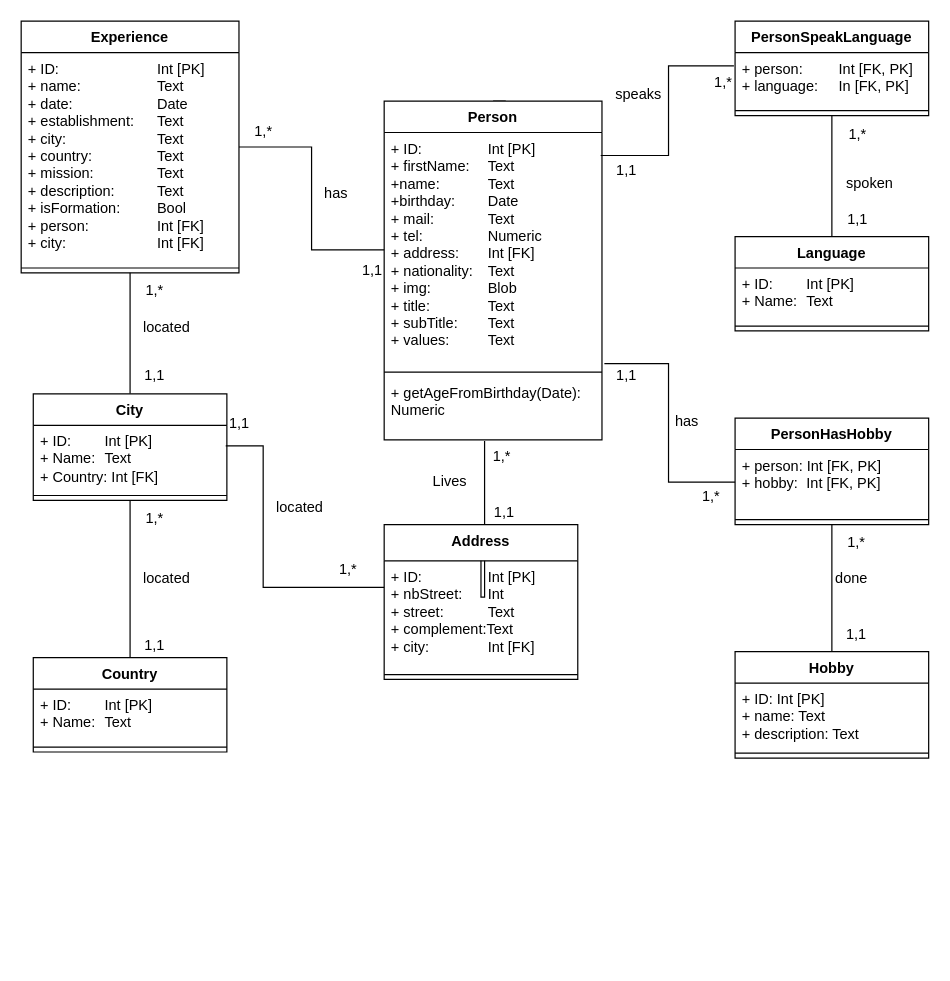
The draw.io diagram CVDB.drawio in Will2KB/CVAPI, before the edit. Source tidied: cells renumbered, new cells numbered last; positions are measured from the earlier drawing's top-left corner, leaving out a move shared by most shapes. Both pictures are drawn from the tidied source at 121%, with x=0, y=0 at pixel (21, 21).
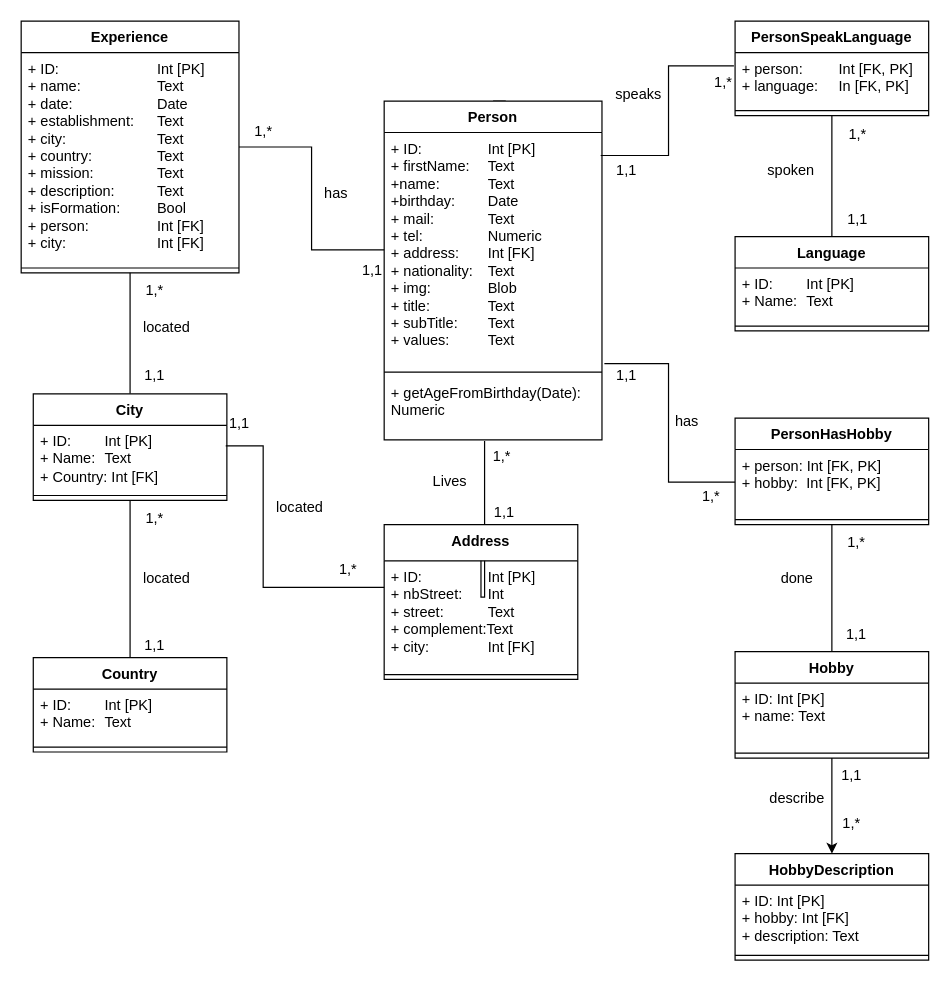
After the change.

Commit message:
Add table hobby description

Unchanged cells that the change refers to:
```xml
<mxCell id="17" value="Hobby" style="swimlane;fontStyle=1;align=center;verticalAlign=top;horizontal=1;startSize=26;whiteSpace=wrap;html=1;" parent="1" vertex="1">
  <mxGeometry x="590" y="521" width="160" height="88" as="geometry" />
</mxCell>
```

What changed in the source:
```diff
@@
+    <mxCell id="67" style="edgeStyle=orthogonalEdgeStyle;rounded=0;jettySize=auto;html=1;entryX=0.5;entryY=0;entryDx=0;entryDy=0;" parent="1" edge="1" source="17" target="68">
+      <mxGeometry relative="1" as="geometry" />
+    </mxCell>
@@
-    <mxCell id="18" value="+ ID: Int [PK]&lt;div&gt;+ name: Text&lt;/div&gt;&lt;div&gt;+ description: Text&lt;/div&gt;" style="text;strokeColor=none;fillColor=none;align=left;verticalAlign=top;spacingLeft=4;spacingRight=4;overflow=hidden;whiteSpace=wrap;html=1;" parent="17" vertex="1">
+    <mxCell id="18" value="+ ID: Int [PK]&lt;div&gt;+ name: Text&lt;/div&gt;" style="text;strokeColor=none;fillColor=none;align=left;verticalAlign=top;spacingLeft=4;spacingRight=4;overflow=hidden;whiteSpace=wrap;html=1;" parent="17" vertex="1">
       <mxGeometry y="26" width="160" height="54" as="geometry" />
     </mxCell>
@@
     <mxCell id="54" value="spoken" style="text;html=1;align=center;verticalAlign=middle;strokeColor=none;fillColor=none;" parent="1" vertex="1">
-      <mxGeometry x="671" y="119" width="60" height="30" as="geometry" />
+      <mxGeometry x="606" y="109" width="60" height="30" as="geometry" />
     </mxCell>
@@
     <mxCell id="58" value="done" style="text;html=1;align=center;verticalAlign=middle;strokeColor=none;fillColor=none;" parent="1" vertex="1">
-      <mxGeometry x="661" y="446" width="50" height="30" as="geometry" />
+      <mxGeometry x="616" y="446" width="50" height="30" as="geometry" />
     </mxCell>
@@
+    <mxCell id="68" value="HobbyDescription" style="swimlane;fontStyle=1;align=center;verticalAlign=top;horizontal=1;startSize=26;whiteSpace=wrap;html=1;" parent="1" vertex="1">
+      <mxGeometry x="590" y="688" width="160" height="88" as="geometry" />
+    </mxCell>
+    <mxCell id="69" value="+ ID: Int [PK]&lt;div&gt;+ hobby: Int [FK]&lt;br&gt;&lt;div&gt;+ description: Text&lt;/div&gt;&lt;/div&gt;" style="text;strokeColor=none;fillColor=none;align=left;verticalAlign=top;spacingLeft=4;spacingRight=4;overflow=hidden;whiteSpace=wrap;html=1;" parent="68" vertex="1">
+      <mxGeometry y="26" width="160" height="54" as="geometry" />
+    </mxCell>
+    <mxCell id="70" style="line;strokeWidth=1;fillColor=none;align=left;verticalAlign=middle;spacingTop=-1;spacingLeft=3;spacingRight=3;labelPosition=right;strokeColor=inherit;" parent="68" vertex="1">
+      <mxGeometry y="80" width="160" height="8" as="geometry" />
+    </mxCell>
+    <mxCell id="71" value="1,*" style="text;html=1;align=center;verticalAlign=middle;strokeColor=none;fillColor=none;" parent="1" vertex="1">
+      <mxGeometry x="666" y="648" width="40" height="30" as="geometry" />
+    </mxCell>
+    <mxCell id="72" value="1,1" style="text;html=1;align=center;verticalAlign=middle;strokeColor=none;fillColor=none;" parent="1" vertex="1">
+      <mxGeometry x="666" y="609" width="40" height="30" as="geometry" />
+    </mxCell>
+    <mxCell id="73" value="describe" style="text;html=1;align=center;verticalAlign=middle;strokeColor=none;fillColor=none;" parent="1" vertex="1">
+      <mxGeometry x="606" y="628" width="70" height="30" as="geometry" />
+    </mxCell>
```
